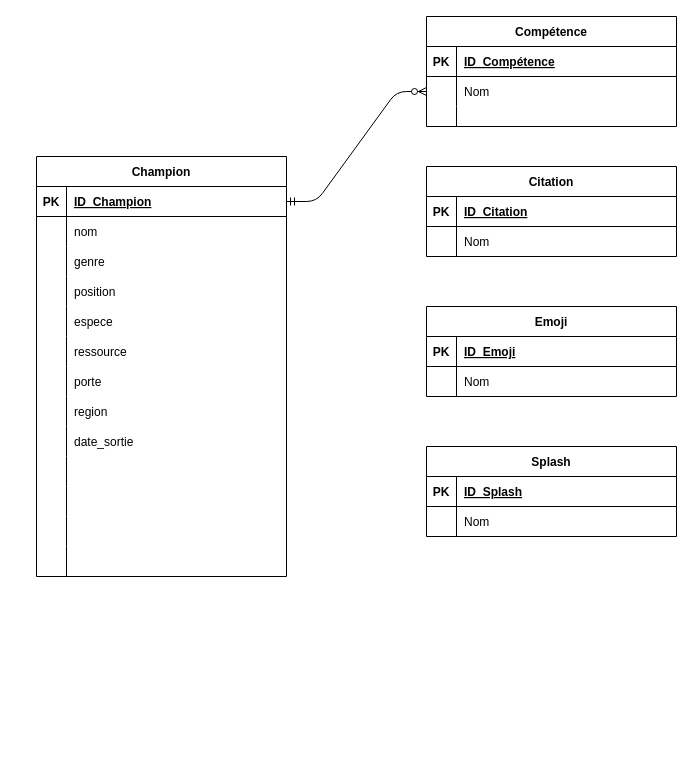
The draw.io diagram Diagramme sans nom.drawio in CamilleSimon/BTS2-CIEL-IR-MCD-2024-2025, before the edit. Source tidied: cells renumbered, new cells numbered last; positions are measured from the earlier drawing's top-left corner, leaving out a move shared by most shapes. Both pictures are drawn from the tidied source at 100%, with x=0, y=0 at pixel (36, 16).
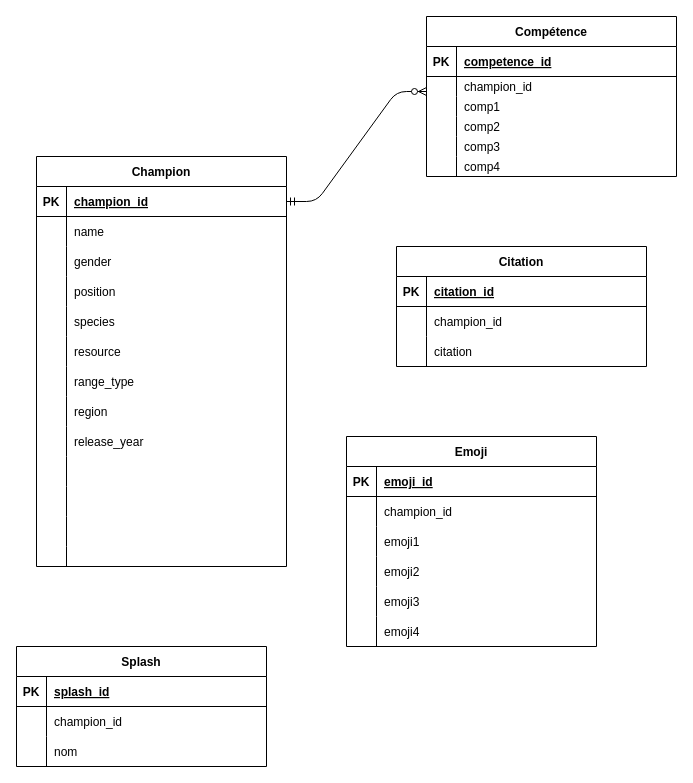
The same page after the edit.

Commit message (it also covers changes not shown here):
Mettre à jour Diagramme sans nom.drawio

Unchanged cells that the change refers to:
```xml
<mxCell id="4" style="shape=partialRectangle;fillColor=none;top=0;left=0;right=0;bottom=1;" parent="3" vertex="1">
  <mxGeometry y="30" width="250" height="30" as="geometry" />
</mxCell>
<mxCell id="14" style="shape=partialRectangle;fillColor=none;points=[[0,0.5],[1,0.5]];portConstraint=eastwest;top=0;left=0;right=0;bottom=1;" parent="13" vertex="1">
  <mxGeometry y="30" width="250" height="30" as="geometry" />
</mxCell>
<mxCell id="17" style="shape=partialRectangle;fillColor=none;top=0;left=0;right=0;bottom=0;" parent="13" vertex="1">
  <mxGeometry y="60" width="250" height="30" as="geometry" />
</mxCell>
<mxCell id="20" style="shape=partialRectangle;fillColor=none;top=0;left=0;right=0;bottom=0;" parent="13" vertex="1">
  <mxGeometry y="90" width="250" height="30" as="geometry" />
</mxCell>
<mxCell id="26" style="shape=partialRectangle;fillColor=none;top=0;left=0;right=0;bottom=0;" parent="13" vertex="1">
  <mxGeometry y="150" width="250" height="30" as="geometry" />
</mxCell>
<mxCell id="29" style="shape=partialRectangle;fillColor=none;top=0;left=0;right=0;bottom=0;" parent="13" vertex="1">
  <mxGeometry y="180" width="250" height="30" as="geometry" />
</mxCell>
<mxCell id="32" style="shape=partialRectangle;fillColor=none;top=0;left=0;right=0;bottom=0;" parent="13" vertex="1">
  <mxGeometry y="210" width="250" height="30" as="geometry" />
</mxCell>
<mxCell id="38" style="shape=partialRectangle;fillColor=none;top=0;left=0;right=0;bottom=0;" parent="13" vertex="1">
  <mxGeometry y="270" width="250" height="30" as="geometry" />
</mxCell>
<mxCell id="54" style="shape=partialRectangle;fillColor=none;top=0;left=0;right=0;bottom=1;" parent="53" vertex="1">
  <mxGeometry y="30" width="250" height="30" as="geometry" />
</mxCell>
<mxCell id="61" style="shape=partialRectangle;fillColor=none;top=0;left=0;right=0;bottom=1;" parent="60" vertex="1">
  <mxGeometry y="30" width="250" height="30" as="geometry" />
</mxCell>
<mxCell id="64" style="shape=partialRectangle;fillColor=none;top=0;left=0;right=0;bottom=0;" parent="60" vertex="1">
  <mxGeometry y="60" width="250" height="30" as="geometry" />
</mxCell>
<mxCell id="68" style="shape=partialRectangle;fillColor=none;top=0;left=0;right=0;bottom=1;" parent="67" vertex="1">
  <mxGeometry y="30" width="250" height="30" as="geometry" />
</mxCell>
```

The edit, as a diff of the source:
```diff
@@
-    <mxCell id="2" style="edgeStyle=entityRelationEdgeStyle;endArrow=ERzeroToMany;startArrow=ERmandOne;endFill=1;startFill=0;" parent="1" edge="1" source="14" target="7">
-      <mxGeometry relative="1" as="geometry" />
+    <mxCell id="2" style="edgeStyle=entityRelationEdgeStyle;endArrow=ERzeroToMany;startArrow=ERmandOne;endFill=1;startFill=0;" parent="1" edge="1" source="14">
+      <mxGeometry relative="1" as="geometry">
+        <mxPoint x="390" y="75" as="targetPoint" />
+      </mxGeometry>
     </mxCell>
     <mxCell id="3" value="Compétence" style="shape=table;startSize=30;childLayout=tableLayout;rowLines=0;fontStyle=1;align=center;" parent="1" vertex="1">
-      <mxGeometry x="390" width="250" height="110" as="geometry" />
+      <mxGeometry x="390" width="250" height="160" as="geometry" />
     </mxCell>
@@
-    <mxCell id="6" value="ID_Compétence" style="shape=partialRectangle;overflow=hidden;fillColor=none;top=0;left=0;bottom=0;right=0;align=left;spacingLeft=6;fontStyle=5;" parent="4" vertex="1">
+    <mxCell id="6" value="competence_id" style="shape=partialRectangle;overflow=hidden;fillColor=none;top=0;left=0;bottom=0;right=0;align=left;spacingLeft=6;fontStyle=5;" parent="4" vertex="1">
       <mxGeometry x="30" width="220" height="30" as="geometry" />
     </mxCell>
-    <mxCell id="7" style="shape=partialRectangle;fillColor=none;points=[[0,0.5],[1,0.5]];portConstraint=eastwest;top=0;left=0;right=0;bottom=0;" parent="3" vertex="1">
-      <mxGeometry y="60" width="250" height="30" as="geometry" />
-    </mxCell>
-    <mxCell id="8" style="shape=partialRectangle;overflow=hidden;fillColor=none;top=0;left=0;bottom=0;right=0;" parent="7" vertex="1">
-      <mxGeometry width="30" height="30" as="geometry" />
-    </mxCell>
-    <mxCell id="9" value="Nom" style="shape=partialRectangle;overflow=hidden;fillColor=none;top=0;left=0;bottom=0;right=0;align=left;spacingLeft=6;" parent="7" vertex="1">
-      <mxGeometry x="30" width="220" height="30" as="geometry" />
-    </mxCell>
+    <mxCell id="74" style="shape=partialRectangle;fillColor=none;top=0;left=0;right=0;bottom=0;" parent="3" vertex="1">
+      <mxGeometry y="60" width="250" height="20" as="geometry" />
+    </mxCell>
+    <mxCell id="75" style="shape=partialRectangle;overflow=hidden;fillColor=none;top=0;left=0;bottom=0;right=0;" parent="74" vertex="1">
+      <mxGeometry width="30" height="20" as="geometry" />
+    </mxCell>
+    <mxCell id="76" value="champion_id" style="shape=partialRectangle;overflow=hidden;fillColor=none;top=0;left=0;bottom=0;right=0;align=left;spacingLeft=6;" parent="74" vertex="1">
+      <mxGeometry x="30" width="220" height="20" as="geometry" />
+    </mxCell>
     <mxCell id="10" style="shape=partialRectangle;fillColor=none;top=0;left=0;right=0;bottom=0;" parent="3" vertex="1">
-      <mxGeometry y="90" width="250" height="20" as="geometry" />
+      <mxGeometry y="80" width="250" height="20" as="geometry" />
     </mxCell>
@@
-    <mxCell id="12" style="shape=partialRectangle;overflow=hidden;fillColor=none;top=0;left=0;bottom=0;right=0;align=left;spacingLeft=6;" parent="10" vertex="1">
+    <mxCell id="12" value="comp1" style="shape=partialRectangle;overflow=hidden;fillColor=none;top=0;left=0;bottom=0;right=0;align=left;spacingLeft=6;" parent="10" vertex="1">
       <mxGeometry x="30" width="220" height="20" as="geometry" />
     </mxCell>
+    <mxCell id="77" style="shape=partialRectangle;fillColor=none;top=0;left=0;right=0;bottom=0;" parent="3" vertex="1">
+      <mxGeometry y="100" width="250" height="20" as="geometry" />
+    </mxCell>
+    <mxCell id="78" style="shape=partialRectangle;overflow=hidden;fillColor=none;top=0;left=0;bottom=0;right=0;" parent="77" vertex="1">
+      <mxGeometry width="30" height="20" as="geometry" />
+    </mxCell>
+    <mxCell id="79" value="comp2" style="shape=partialRectangle;overflow=hidden;fillColor=none;top=0;left=0;bottom=0;right=0;align=left;spacingLeft=6;" parent="77" vertex="1">
+      <mxGeometry x="30" width="220" height="20" as="geometry" />
+    </mxCell>
+    <mxCell id="80" style="shape=partialRectangle;fillColor=none;top=0;left=0;right=0;bottom=0;" parent="3" vertex="1">
+      <mxGeometry y="120" width="250" height="20" as="geometry" />
+    </mxCell>
+    <mxCell id="81" style="shape=partialRectangle;overflow=hidden;fillColor=none;top=0;left=0;bottom=0;right=0;" parent="80" vertex="1">
+      <mxGeometry width="30" height="20" as="geometry" />
+    </mxCell>
+    <mxCell id="82" value="comp3" style="shape=partialRectangle;overflow=hidden;fillColor=none;top=0;left=0;bottom=0;right=0;align=left;spacingLeft=6;" parent="80" vertex="1">
+      <mxGeometry x="30" width="220" height="20" as="geometry" />
+    </mxCell>
+    <mxCell id="83" style="shape=partialRectangle;fillColor=none;top=0;left=0;right=0;bottom=0;" parent="3" vertex="1">
+      <mxGeometry y="140" width="250" height="20" as="geometry" />
+    </mxCell>
+    <mxCell id="84" style="shape=partialRectangle;overflow=hidden;fillColor=none;top=0;left=0;bottom=0;right=0;" parent="83" vertex="1">
+      <mxGeometry width="30" height="20" as="geometry" />
+    </mxCell>
+    <mxCell id="85" value="comp4" style="shape=partialRectangle;overflow=hidden;fillColor=none;top=0;left=0;bottom=0;right=0;align=left;spacingLeft=6;" parent="83" vertex="1">
+      <mxGeometry x="30" width="220" height="20" as="geometry" />
+    </mxCell>
     <mxCell id="13" value="Champion" style="shape=table;startSize=30;childLayout=tableLayout;rowLines=0;fontStyle=1;align=center;" parent="1" vertex="1">
-      <mxGeometry y="140" width="250" height="420" as="geometry" />
+      <mxGeometry y="140" width="250" height="410" as="geometry" />
     </mxCell>
@@
-    <mxCell id="16" value="ID_Champion" style="shape=partialRectangle;overflow=hidden;fillColor=none;top=0;left=0;bottom=0;right=0;align=left;spacingLeft=6;fontStyle=5;" parent="14" vertex="1">
+    <mxCell id="16" value="champion_id" style="shape=partialRectangle;overflow=hidden;fillColor=none;top=0;left=0;bottom=0;right=0;align=left;spacingLeft=6;fontStyle=5;" parent="14" vertex="1">
       <mxGeometry x="30" width="220" height="30" as="geometry" />
     </mxCell>
@@
-    <mxCell id="19" value="nom" style="shape=partialRectangle;overflow=hidden;fillColor=none;top=0;left=0;bottom=0;right=0;align=left;spacingLeft=6;" parent="17" vertex="1">
+    <mxCell id="19" value="name" style="shape=partialRectangle;overflow=hidden;fillColor=none;top=0;left=0;bottom=0;right=0;align=left;spacingLeft=6;" parent="17" vertex="1">
       <mxGeometry x="30" width="220" height="30" as="geometry" />
     </mxCell>
@@
-    <mxCell id="22" value="genre" style="shape=partialRectangle;overflow=hidden;fillColor=none;top=0;left=0;bottom=0;right=0;align=left;spacingLeft=6;" parent="20" vertex="1">
+    <mxCell id="22" value="gender" style="shape=partialRectangle;overflow=hidden;fillColor=none;top=0;left=0;bottom=0;right=0;align=left;spacingLeft=6;" parent="20" vertex="1">
       <mxGeometry x="30" width="220" height="30" as="geometry" />
     </mxCell>
@@
-    <mxCell id="28" value="espece" style="shape=partialRectangle;overflow=hidden;fillColor=none;top=0;left=0;bottom=0;right=0;align=left;spacingLeft=6;" parent="26" vertex="1">
+    <mxCell id="28" value="species" style="shape=partialRectangle;overflow=hidden;fillColor=none;top=0;left=0;bottom=0;right=0;align=left;spacingLeft=6;" parent="26" vertex="1">
       <mxGeometry x="30" width="220" height="30" as="geometry" />
     </mxCell>
@@
-    <mxCell id="31" value="ressource" style="shape=partialRectangle;overflow=hidden;fillColor=none;top=0;left=0;bottom=0;right=0;align=left;spacingLeft=6;" parent="29" vertex="1">
+    <mxCell id="31" value="resource" style="shape=partialRectangle;overflow=hidden;fillColor=none;top=0;left=0;bottom=0;right=0;align=left;spacingLeft=6;" parent="29" vertex="1">
       <mxGeometry x="30" width="220" height="30" as="geometry" />
     </mxCell>
@@
-    <mxCell id="34" value="porte" style="shape=partialRectangle;overflow=hidden;fillColor=none;top=0;left=0;bottom=0;right=0;align=left;spacingLeft=6;" parent="32" vertex="1">
+    <mxCell id="34" value="range_type" style="shape=partialRectangle;overflow=hidden;fillColor=none;top=0;left=0;bottom=0;right=0;align=left;spacingLeft=6;" parent="32" vertex="1">
       <mxGeometry x="30" width="220" height="30" as="geometry" />
     </mxCell>
@@
-    <mxCell id="40" value="date_sortie" style="shape=partialRectangle;overflow=hidden;fillColor=none;top=0;left=0;bottom=0;right=0;align=left;spacingLeft=6;" parent="38" vertex="1">
+    <mxCell id="40" value="release_year" style="shape=partialRectangle;overflow=hidden;fillColor=none;top=0;left=0;bottom=0;right=0;align=left;spacingLeft=6;" parent="38" vertex="1">
       <mxGeometry x="30" width="220" height="30" as="geometry" />
     </mxCell>
@@
     <mxCell id="50" style="shape=partialRectangle;fillColor=none;top=0;left=0;right=0;bottom=0;" parent="13" vertex="1">
-      <mxGeometry y="390" width="250" height="30" as="geometry" />
+      <mxGeometry y="390" width="250" height="20" as="geometry" />
     </mxCell>
     <mxCell id="51" style="shape=partialRectangle;overflow=hidden;fillColor=none;top=0;left=0;bottom=0;right=0;" parent="50" vertex="1">
-      <mxGeometry width="30" height="30" as="geometry" />
+      <mxGeometry width="30" height="20" as="geometry" />
     </mxCell>
     <mxCell id="52" style="shape=partialRectangle;overflow=hidden;fillColor=none;top=0;left=0;bottom=0;right=0;align=left;spacingLeft=6;" parent="50" vertex="1">
-      <mxGeometry x="30" width="220" height="30" as="geometry" />
+      <mxGeometry x="30" width="220" height="20" as="geometry" />
     </mxCell>
     <mxCell id="53" value="Citation" style="shape=table;startSize=30;childLayout=tableLayout;rowLines=0;fontStyle=1;align=center;" parent="1" vertex="1">
-      <mxGeometry x="390" y="150" width="250" height="90" as="geometry" />
+      <mxGeometry x="360" y="230" width="250" height="120" as="geometry" />
     </mxCell>
@@
-    <mxCell id="56" value="ID_Citation" style="shape=partialRectangle;overflow=hidden;fillColor=none;top=0;left=0;bottom=0;right=0;align=left;spacingLeft=6;fontStyle=5;" parent="54" vertex="1">
+    <mxCell id="56" value="citation_id" style="shape=partialRectangle;overflow=hidden;fillColor=none;top=0;left=0;bottom=0;right=0;align=left;spacingLeft=6;fontStyle=5;" parent="54" vertex="1">
       <mxGeometry x="30" width="220" height="30" as="geometry" />
     </mxCell>
-    <mxCell id="57" style="shape=partialRectangle;fillColor=none;top=0;left=0;right=0;bottom=0;" parent="53" vertex="1">
-      <mxGeometry y="60" width="250" height="30" as="geometry" />
-    </mxCell>
-    <mxCell id="58" style="shape=partialRectangle;overflow=hidden;fillColor=none;top=0;left=0;bottom=0;right=0;" parent="57" vertex="1">
-      <mxGeometry width="30" height="30" as="geometry" />
-    </mxCell>
-    <mxCell id="59" value="Nom" style="shape=partialRectangle;overflow=hidden;fillColor=none;top=0;left=0;bottom=0;right=0;align=left;spacingLeft=6;" parent="57" vertex="1">
-      <mxGeometry x="30" width="220" height="30" as="geometry" />
-    </mxCell>
+    <mxCell id="86" style="shape=partialRectangle;fillColor=none;top=0;left=0;right=0;bottom=0;" parent="53" vertex="1">
+      <mxGeometry y="60" width="250" height="30" as="geometry" />
+    </mxCell>
+    <mxCell id="87" style="shape=partialRectangle;overflow=hidden;fillColor=none;top=0;left=0;bottom=0;right=0;" parent="86" vertex="1">
+      <mxGeometry width="30" height="30" as="geometry" />
+    </mxCell>
+    <mxCell id="88" value="champion_id" style="shape=partialRectangle;overflow=hidden;fillColor=none;top=0;left=0;bottom=0;right=0;align=left;spacingLeft=6;" parent="86" vertex="1">
+      <mxGeometry x="30" width="220" height="30" as="geometry" />
+    </mxCell>
+    <mxCell id="89" style="shape=partialRectangle;fillColor=none;top=0;left=0;right=0;bottom=0;" parent="53" vertex="1">
+      <mxGeometry y="90" width="250" height="30" as="geometry" />
+    </mxCell>
+    <mxCell id="90" style="shape=partialRectangle;overflow=hidden;fillColor=none;top=0;left=0;bottom=0;right=0;" parent="89" vertex="1">
+      <mxGeometry width="30" height="30" as="geometry" />
+    </mxCell>
+    <mxCell id="91" value="citation" style="shape=partialRectangle;overflow=hidden;fillColor=none;top=0;left=0;bottom=0;right=0;align=left;spacingLeft=6;" parent="89" vertex="1">
+      <mxGeometry x="30" width="220" height="30" as="geometry" />
+    </mxCell>
     <mxCell id="60" value="Emoji" style="shape=table;startSize=30;childLayout=tableLayout;rowLines=0;fontStyle=1;align=center;" parent="1" vertex="1">
-      <mxGeometry x="390" y="290" width="250" height="90" as="geometry" />
+      <mxGeometry x="310" y="420" width="250" height="210" as="geometry" />
     </mxCell>
@@
-    <mxCell id="63" value="ID_Emoji" style="shape=partialRectangle;overflow=hidden;fillColor=none;top=0;left=0;bottom=0;right=0;align=left;spacingLeft=6;fontStyle=5;" parent="61" vertex="1">
+    <mxCell id="63" value="emoji_id" style="shape=partialRectangle;overflow=hidden;fillColor=none;top=0;left=0;bottom=0;right=0;align=left;spacingLeft=6;fontStyle=5;" parent="61" vertex="1">
       <mxGeometry x="30" width="220" height="30" as="geometry" />
     </mxCell>
@@
-    <mxCell id="66" value="Nom" style="shape=partialRectangle;overflow=hidden;fillColor=none;top=0;left=0;bottom=0;right=0;align=left;spacingLeft=6;" parent="64" vertex="1">
+    <mxCell id="66" value="champion_id" style="shape=partialRectangle;overflow=hidden;fillColor=none;top=0;left=0;bottom=0;right=0;align=left;spacingLeft=6;" parent="64" vertex="1">
       <mxGeometry x="30" width="220" height="30" as="geometry" />
     </mxCell>
+    <mxCell id="92" style="shape=partialRectangle;fillColor=none;top=0;left=0;right=0;bottom=0;" parent="60" vertex="1">
+      <mxGeometry y="90" width="250" height="30" as="geometry" />
+    </mxCell>
+    <mxCell id="93" style="shape=partialRectangle;overflow=hidden;fillColor=none;top=0;left=0;bottom=0;right=0;" parent="92" vertex="1">
+      <mxGeometry width="30" height="30" as="geometry" />
+    </mxCell>
+    <mxCell id="94" value="emoji1" style="shape=partialRectangle;overflow=hidden;fillColor=none;top=0;left=0;bottom=0;right=0;align=left;spacingLeft=6;" parent="92" vertex="1">
+      <mxGeometry x="30" width="220" height="30" as="geometry" />
+    </mxCell>
+    <mxCell id="95" style="shape=partialRectangle;fillColor=none;top=0;left=0;right=0;bottom=0;" parent="60" vertex="1">
+      <mxGeometry y="120" width="250" height="30" as="geometry" />
+    </mxCell>
+    <mxCell id="96" style="shape=partialRectangle;overflow=hidden;fillColor=none;top=0;left=0;bottom=0;right=0;" parent="95" vertex="1">
+      <mxGeometry width="30" height="30" as="geometry" />
+    </mxCell>
+    <mxCell id="97" value="emoji2" style="shape=partialRectangle;overflow=hidden;fillColor=none;top=0;left=0;bottom=0;right=0;align=left;spacingLeft=6;" parent="95" vertex="1">
+      <mxGeometry x="30" width="220" height="30" as="geometry" />
+    </mxCell>
+    <mxCell id="98" style="shape=partialRectangle;fillColor=none;top=0;left=0;right=0;bottom=0;" parent="60" vertex="1">
+      <mxGeometry y="150" width="250" height="30" as="geometry" />
+    </mxCell>
+    <mxCell id="99" style="shape=partialRectangle;overflow=hidden;fillColor=none;top=0;left=0;bottom=0;right=0;" parent="98" vertex="1">
+      <mxGeometry width="30" height="30" as="geometry" />
+    </mxCell>
+    <mxCell id="100" value="emoji3" style="shape=partialRectangle;overflow=hidden;fillColor=none;top=0;left=0;bottom=0;right=0;align=left;spacingLeft=6;" parent="98" vertex="1">
+      <mxGeometry x="30" width="220" height="30" as="geometry" />
+    </mxCell>
+    <mxCell id="101" style="shape=partialRectangle;fillColor=none;top=0;left=0;right=0;bottom=0;" parent="60" vertex="1">
+      <mxGeometry y="180" width="250" height="30" as="geometry" />
+    </mxCell>
+    <mxCell id="102" style="shape=partialRectangle;overflow=hidden;fillColor=none;top=0;left=0;bottom=0;right=0;" parent="101" vertex="1">
+      <mxGeometry width="30" height="30" as="geometry" />
+    </mxCell>
+    <mxCell id="103" value="emoji4" style="shape=partialRectangle;overflow=hidden;fillColor=none;top=0;left=0;bottom=0;right=0;align=left;spacingLeft=6;" parent="101" vertex="1">
+      <mxGeometry x="30" width="220" height="30" as="geometry" />
+    </mxCell>
     <mxCell id="67" value="Splash" style="shape=table;startSize=30;childLayout=tableLayout;rowLines=0;fontStyle=1;align=center;" parent="1" vertex="1">
-      <mxGeometry x="390" y="430" width="250" height="90" as="geometry" />
+      <mxGeometry x="-20" y="630" width="250" height="120" as="geometry" />
     </mxCell>
@@
-    <mxCell id="70" value="ID_Splash" style="shape=partialRectangle;overflow=hidden;fillColor=none;top=0;left=0;bottom=0;right=0;align=left;spacingLeft=6;fontStyle=5;" parent="68" vertex="1">
+    <mxCell id="70" value="splash_id" style="shape=partialRectangle;overflow=hidden;fillColor=none;top=0;left=0;bottom=0;right=0;align=left;spacingLeft=6;fontStyle=5;" parent="68" vertex="1">
       <mxGeometry x="30" width="220" height="30" as="geometry" />
     </mxCell>
+    <mxCell id="104" style="shape=partialRectangle;fillColor=none;top=0;left=0;right=0;bottom=0;" parent="67" vertex="1">
+      <mxGeometry y="60" width="250" height="30" as="geometry" />
+    </mxCell>
+    <mxCell id="105" style="shape=partialRectangle;overflow=hidden;fillColor=none;top=0;left=0;bottom=0;right=0;" parent="104" vertex="1">
+      <mxGeometry width="30" height="30" as="geometry" />
+    </mxCell>
+    <mxCell id="106" value="champion_id" style="shape=partialRectangle;overflow=hidden;fillColor=none;top=0;left=0;bottom=0;right=0;align=left;spacingLeft=6;" parent="104" vertex="1">
+      <mxGeometry x="30" width="220" height="30" as="geometry" />
+    </mxCell>
     <mxCell id="71" style="shape=partialRectangle;fillColor=none;top=0;left=0;right=0;bottom=0;" parent="67" vertex="1">
-      <mxGeometry y="60" width="250" height="30" as="geometry" />
+      <mxGeometry y="90" width="250" height="30" as="geometry" />
     </mxCell>
@@
-    <mxCell id="73" value="Nom" style="shape=partialRectangle;overflow=hidden;fillColor=none;top=0;left=0;bottom=0;right=0;align=left;spacingLeft=6;" parent="71" vertex="1">
+    <mxCell id="73" value="nom" style="shape=partialRectangle;overflow=hidden;fillColor=none;top=0;left=0;bottom=0;right=0;align=left;spacingLeft=6;" parent="71" vertex="1">
       <mxGeometry x="30" width="220" height="30" as="geometry" />
     </mxCell>
```
